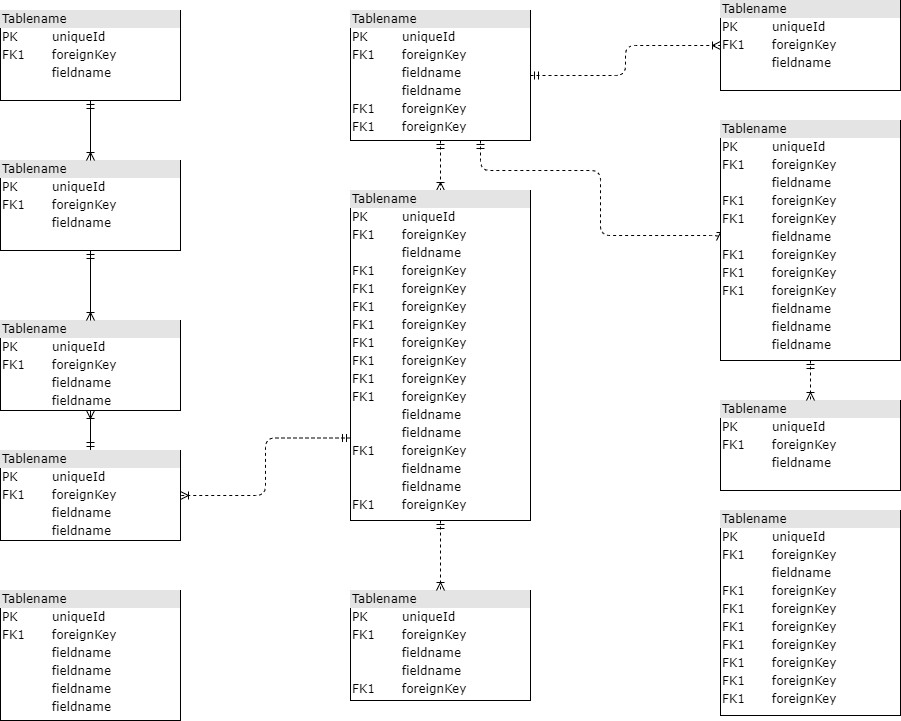
Earlier version of the draw.io export database.png (zs6184/test). Source tidied: cells renumbered, new cells last; positions are measured from the earlier drawing's top-left corner, leaving out a move shared by most shapes.
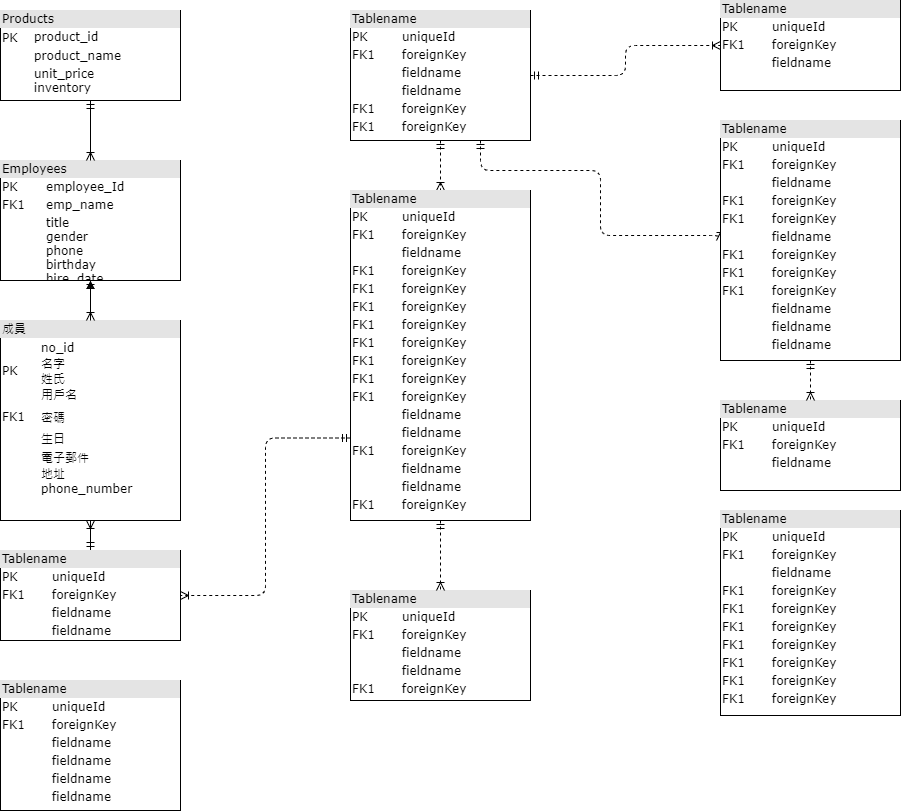
After the commit.

Diff of the diagram source:
```diff
@@ -2,7 +2,7 @@
   <root>
     <mxCell id="0" />
     <mxCell id="1" parent="0" />
-    <mxCell id="2" value="&lt;div style=&quot;box-sizing:border-box;width:100%;background:#e4e4e4;padding:2px;&quot;&gt;Tablename&lt;/div&gt;&lt;table style=&quot;width:100%;font-size:1em;&quot; cellpadding=&quot;2&quot; cellspacing=&quot;0&quot;&gt;&lt;tr&gt;&lt;td&gt;PK&lt;/td&gt;&lt;td&gt;uniqueId&lt;/td&gt;&lt;/tr&gt;&lt;tr&gt;&lt;td&gt;FK1&lt;/td&gt;&lt;td&gt;foreignKey&lt;/td&gt;&lt;/tr&gt;&lt;tr&gt;&lt;td&gt;&lt;/td&gt;&lt;td&gt;fieldname&lt;/td&gt;&lt;/tr&gt;&lt;/table&gt;" style="verticalAlign=top;align=left;overflow=fill;html=1;rounded=0;shadow=0;comic=0;labelBackgroundColor=none;strokeWidth=1;fontFamily=Verdana;fontSize=12;" parent="1" vertex="1">
+    <mxCell id="2" value="&lt;div style=&quot;box-sizing: border-box ; width: 100% ; background: #e4e4e4 ; padding: 2px&quot;&gt;Products&lt;/div&gt;&lt;table style=&quot;width: 100% ; font-size: 1em&quot; cellpadding=&quot;2&quot; cellspacing=&quot;0&quot;&gt;&lt;tbody&gt;&lt;tr&gt;&lt;td&gt;PK&lt;/td&gt;&lt;td&gt;product_id&lt;/td&gt;&lt;/tr&gt;&lt;tr&gt;&lt;td&gt;&lt;br&gt;&lt;/td&gt;&lt;td&gt;product_name&lt;/td&gt;&lt;/tr&gt;&lt;tr&gt;&lt;td&gt;&lt;/td&gt;&lt;td&gt;unit_price&lt;br&gt;inventory&lt;/td&gt;&lt;/tr&gt;&lt;/tbody&gt;&lt;/table&gt;" style="verticalAlign=top;align=left;overflow=fill;html=1;rounded=0;shadow=0;comic=0;labelBackgroundColor=none;strokeWidth=1;fontFamily=Verdana;fontSize=12;" parent="1" vertex="1">
       <mxGeometry y="10" width="180" height="90" as="geometry" />
     </mxCell>
     <mxCell id="3" style="edgeStyle=orthogonalEdgeStyle;html=1;entryX=0.5;entryY=0;dashed=1;labelBackgroundColor=none;startArrow=ERmandOne;endArrow=ERoneToMany;fontFamily=Verdana;fontSize=12;align=left;" parent="1" edge="1" source="6" target="16">
@@ -30,16 +30,19 @@
       <mxGeometry relative="1" as="geometry" />
     </mxCell>
     <mxCell id="9" value="&lt;div style=&quot;box-sizing: border-box ; width: 100% ; background: #e4e4e4 ; padding: 2px&quot;&gt;Tablename&lt;/div&gt;&lt;table style=&quot;width: 100% ; font-size: 1em&quot; cellpadding=&quot;2&quot; cellspacing=&quot;0&quot;&gt;&lt;tbody&gt;&lt;tr&gt;&lt;td&gt;PK&lt;/td&gt;&lt;td&gt;uniqueId&lt;/td&gt;&lt;/tr&gt;&lt;tr&gt;&lt;td&gt;FK1&lt;/td&gt;&lt;td&gt;foreignKey&lt;/td&gt;&lt;/tr&gt;&lt;tr&gt;&lt;td&gt;&lt;/td&gt;&lt;td&gt;fieldname&lt;/td&gt;&lt;/tr&gt;&lt;tr&gt;&lt;td&gt;&lt;br&gt;&lt;/td&gt;&lt;td&gt;fieldname&lt;br&gt;&lt;/td&gt;&lt;/tr&gt;&lt;/tbody&gt;&lt;/table&gt;" style="verticalAlign=top;align=left;overflow=fill;html=1;rounded=0;shadow=0;comic=0;labelBackgroundColor=none;strokeWidth=1;fontFamily=Verdana;fontSize=12;" parent="1" vertex="1">
-      <mxGeometry y="450" width="180" height="90" as="geometry" />
+      <mxGeometry y="550" width="180" height="90" as="geometry" />
     </mxCell>
+    <mxCell id="23" style="edgeStyle=orthogonalEdgeStyle;rounded=0;jettySize=auto;html=1;" parent="1" edge="1" source="10" target="12">
+      <mxGeometry relative="1" as="geometry" />
+    </mxCell>
-    <mxCell id="10" value="&lt;div style=&quot;box-sizing: border-box ; width: 100% ; background: #e4e4e4 ; padding: 2px&quot;&gt;Tablename&lt;/div&gt;&lt;table style=&quot;width: 100% ; font-size: 1em&quot; cellpadding=&quot;2&quot; cellspacing=&quot;0&quot;&gt;&lt;tbody&gt;&lt;tr&gt;&lt;td&gt;PK&lt;/td&gt;&lt;td&gt;uniqueId&lt;/td&gt;&lt;/tr&gt;&lt;tr&gt;&lt;td&gt;FK1&lt;/td&gt;&lt;td&gt;foreignKey&lt;/td&gt;&lt;/tr&gt;&lt;tr&gt;&lt;td&gt;&lt;/td&gt;&lt;td&gt;fieldname&lt;/td&gt;&lt;/tr&gt;&lt;tr&gt;&lt;td&gt;&lt;br&gt;&lt;/td&gt;&lt;td&gt;fieldname&lt;br&gt;&lt;/td&gt;&lt;/tr&gt;&lt;/tbody&gt;&lt;/table&gt;" style="verticalAlign=top;align=left;overflow=fill;html=1;rounded=0;shadow=0;comic=0;labelBackgroundColor=none;strokeWidth=1;fontFamily=Verdana;fontSize=12;" parent="1" vertex="1">
-      <mxGeometry y="320" width="180" height="90" as="geometry" />
+    <mxCell id="10" value="&lt;div style=&quot;box-sizing: border-box ; width: 100% ; background: #e4e4e4 ; padding: 2px&quot;&gt;成員&lt;/div&gt;&lt;table style=&quot;width: 100% ; font-size: 1em&quot; cellpadding=&quot;2&quot; cellspacing=&quot;0&quot;&gt;&lt;tbody&gt;&lt;tr&gt;&lt;td&gt;PK&lt;/td&gt;&lt;td&gt;no_id&lt;br&gt;名字&lt;br&gt;姓氏&lt;br&gt;用戶名&lt;/td&gt;&lt;/tr&gt;&lt;tr&gt;&lt;td&gt;FK1&lt;/td&gt;&lt;td style=&quot;line-height: 160%&quot;&gt;密碼&lt;/td&gt;&lt;/tr&gt;&lt;tr&gt;&lt;td&gt;&lt;/td&gt;&lt;td&gt;生日&lt;/td&gt;&lt;/tr&gt;&lt;tr&gt;&lt;td&gt;&lt;br&gt;&lt;/td&gt;&lt;td&gt;電子郵件&lt;br&gt;地址&lt;br&gt;phone_number&lt;br&gt;&lt;br&gt;&lt;/td&gt;&lt;/tr&gt;&lt;/tbody&gt;&lt;/table&gt;" style="verticalAlign=top;align=left;overflow=fill;html=1;rounded=0;shadow=0;comic=0;labelBackgroundColor=none;strokeWidth=1;fontFamily=Verdana;fontSize=12;" parent="1" vertex="1">
+      <mxGeometry y="320" width="180" height="200" as="geometry" />
     </mxCell>
     <mxCell id="11" style="edgeStyle=orthogonalEdgeStyle;html=1;entryX=0.5;entryY=0;labelBackgroundColor=none;startArrow=ERmandOne;endArrow=ERoneToMany;fontFamily=Verdana;fontSize=12;align=left;" parent="1" edge="1" source="12" target="10">
       <mxGeometry relative="1" as="geometry" />
     </mxCell>
-    <mxCell id="12" value="&lt;div style=&quot;box-sizing:border-box;width:100%;background:#e4e4e4;padding:2px;&quot;&gt;Tablename&lt;/div&gt;&lt;table style=&quot;width:100%;font-size:1em;&quot; cellpadding=&quot;2&quot; cellspacing=&quot;0&quot;&gt;&lt;tr&gt;&lt;td&gt;PK&lt;/td&gt;&lt;td&gt;uniqueId&lt;/td&gt;&lt;/tr&gt;&lt;tr&gt;&lt;td&gt;FK1&lt;/td&gt;&lt;td&gt;foreignKey&lt;/td&gt;&lt;/tr&gt;&lt;tr&gt;&lt;td&gt;&lt;/td&gt;&lt;td&gt;fieldname&lt;/td&gt;&lt;/tr&gt;&lt;/table&gt;" style="verticalAlign=top;align=left;overflow=fill;html=1;rounded=0;shadow=0;comic=0;labelBackgroundColor=none;strokeWidth=1;fontFamily=Verdana;fontSize=12;" parent="1" vertex="1">
-      <mxGeometry y="160" width="180" height="90" as="geometry" />
+    <mxCell id="12" value="&lt;div style=&quot;box-sizing: border-box ; width: 100% ; background: #e4e4e4 ; padding: 2px&quot;&gt;Employees&lt;/div&gt;&lt;table style=&quot;width: 100% ; font-size: 1em&quot; cellpadding=&quot;2&quot; cellspacing=&quot;0&quot;&gt;&lt;tbody&gt;&lt;tr&gt;&lt;td&gt;PK&lt;/td&gt;&lt;td&gt;employee_Id&lt;/td&gt;&lt;/tr&gt;&lt;tr&gt;&lt;td&gt;FK1&lt;/td&gt;&lt;td&gt;emp_name&lt;/td&gt;&lt;/tr&gt;&lt;tr&gt;&lt;td&gt;&lt;/td&gt;&lt;td&gt;title&lt;br&gt;gender&lt;br&gt;phone&lt;br&gt;birthday&lt;br&gt;hire_date&lt;/td&gt;&lt;/tr&gt;&lt;/tbody&gt;&lt;/table&gt;" style="verticalAlign=top;align=left;overflow=fill;html=1;rounded=0;shadow=0;comic=0;labelBackgroundColor=none;strokeWidth=1;fontFamily=Verdana;fontSize=12;" parent="1" vertex="1">
+      <mxGeometry y="160" width="180" height="120" as="geometry" />
     </mxCell>
     <mxCell id="13" value="&lt;div style=&quot;box-sizing: border-box ; width: 100% ; background: #e4e4e4 ; padding: 2px&quot;&gt;Tablename&lt;/div&gt;&lt;table style=&quot;width: 100% ; font-size: 1em&quot; cellpadding=&quot;2&quot; cellspacing=&quot;0&quot;&gt;&lt;tbody&gt;&lt;tr&gt;&lt;td&gt;PK&lt;/td&gt;&lt;td&gt;uniqueId&lt;/td&gt;&lt;/tr&gt;&lt;tr&gt;&lt;td&gt;FK1&lt;/td&gt;&lt;td&gt;foreignKey&lt;/td&gt;&lt;/tr&gt;&lt;tr&gt;&lt;td&gt;&lt;/td&gt;&lt;td&gt;fieldname&lt;/td&gt;&lt;/tr&gt;&lt;tr&gt;&lt;td&gt;FK1&lt;br&gt;&lt;/td&gt;&lt;td&gt;foreignKey&lt;br&gt;&lt;/td&gt;&lt;/tr&gt;&lt;tr&gt;&lt;td&gt;FK1&lt;br&gt;&lt;/td&gt;&lt;td&gt;foreignKey&lt;br&gt;&lt;/td&gt;&lt;/tr&gt;&lt;tr&gt;&lt;td&gt;FK1&lt;br&gt;&lt;/td&gt;&lt;td&gt;foreignKey&lt;br&gt;&lt;/td&gt;&lt;/tr&gt;&lt;tr&gt;&lt;td&gt;FK1&lt;br&gt;&lt;/td&gt;&lt;td&gt;foreignKey&lt;br&gt;&lt;/td&gt;&lt;/tr&gt;&lt;tr&gt;&lt;td&gt;FK1&lt;br&gt;&lt;/td&gt;&lt;td&gt;foreignKey&lt;br&gt;&lt;/td&gt;&lt;/tr&gt;&lt;tr&gt;&lt;td&gt;FK1&lt;br&gt;&lt;/td&gt;&lt;td&gt;foreignKey&lt;br&gt;&lt;/td&gt;&lt;/tr&gt;&lt;tr&gt;&lt;td&gt;FK1&lt;br&gt;&lt;/td&gt;&lt;td&gt;foreignKey&lt;br&gt;&lt;/td&gt;&lt;/tr&gt;&lt;/tbody&gt;&lt;/table&gt;" style="verticalAlign=top;align=left;overflow=fill;html=1;rounded=0;shadow=0;comic=0;labelBackgroundColor=none;strokeWidth=1;fontFamily=Verdana;fontSize=12;" parent="1" vertex="1">
       <mxGeometry x="720" y="510" width="180" height="205" as="geometry" />
@@ -66,7 +69,7 @@
       <mxGeometry x="720" width="180" height="90" as="geometry" />
     </mxCell>
     <mxCell id="21" value="&lt;div style=&quot;box-sizing: border-box ; width: 100% ; background: #e4e4e4 ; padding: 2px&quot;&gt;Tablename&lt;/div&gt;&lt;table style=&quot;width: 100% ; font-size: 1em&quot; cellpadding=&quot;2&quot; cellspacing=&quot;0&quot;&gt;&lt;tbody&gt;&lt;tr&gt;&lt;td&gt;PK&lt;/td&gt;&lt;td&gt;uniqueId&lt;/td&gt;&lt;/tr&gt;&lt;tr&gt;&lt;td&gt;FK1&lt;/td&gt;&lt;td&gt;foreignKey&lt;/td&gt;&lt;/tr&gt;&lt;tr&gt;&lt;td&gt;&lt;/td&gt;&lt;td&gt;fieldname&lt;/td&gt;&lt;/tr&gt;&lt;tr&gt;&lt;td&gt;&lt;br&gt;&lt;/td&gt;&lt;td&gt;fieldname&lt;br&gt;&lt;/td&gt;&lt;/tr&gt;&lt;tr&gt;&lt;td&gt;&lt;br&gt;&lt;/td&gt;&lt;td&gt;fieldname&lt;br&gt;&lt;/td&gt;&lt;/tr&gt;&lt;tr&gt;&lt;td&gt;&lt;br&gt;&lt;/td&gt;&lt;td&gt;fieldname&lt;br&gt;&lt;/td&gt;&lt;/tr&gt;&lt;/tbody&gt;&lt;/table&gt;" style="verticalAlign=top;align=left;overflow=fill;html=1;rounded=0;shadow=0;comic=0;labelBackgroundColor=none;strokeWidth=1;fontFamily=Verdana;fontSize=12;" parent="1" vertex="1">
-      <mxGeometry y="590" width="180" height="130" as="geometry" />
+      <mxGeometry y="680" width="180" height="130" as="geometry" />
     </mxCell>
     <mxCell id="22" style="edgeStyle=orthogonalEdgeStyle;html=1;endArrow=ERoneToMany;startArrow=ERmandOne;labelBackgroundColor=none;fontFamily=Verdana;fontSize=12;align=left;exitX=0.5;exitY=1;entryX=0.5;entryY=0;" parent="1" edge="1" source="2" target="12">
       <mxGeometry relative="1" as="geometry" />
```
